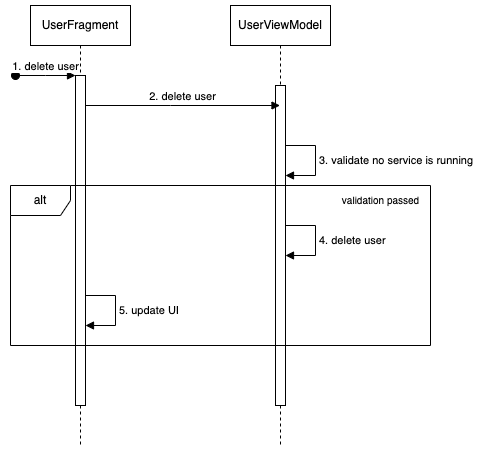
Before: my-thesis/diagrams/delete-user-frag-seq.drawio.png, a diagram exported from draw.io (ba-nhermanto/thesis). Source tidied: cells renumbered, new cells last; positions are measured from the earlier drawing's top-left corner, leaving out a move shared by most shapes. Source of this version:
```xml
<mxGraphModel>
  <root>
    <mxCell id="0" />
    <mxCell id="1" parent="0" />
    <mxCell id="2" value="UserFragment" style="shape=umlLifeline;perimeter=lifelinePerimeter;whiteSpace=wrap;html=1;newEdgeStyle={&quot;edgeStyle&quot;:&quot;elbowEdgeStyle&quot;,&quot;elbow&quot;:&quot;vertical&quot;,&quot;curved&quot;:0,&quot;rounded&quot;:0};" parent="1" vertex="1">
      <mxGeometry x="20" width="100" height="440" as="geometry" />
    </mxCell>
    <mxCell id="3" style="html=1;points=[];perimeter=orthogonalPerimeter;outlineConnect=0;targetShapes=umlLifeline;portConstraint=eastwest;newEdgeStyle={&quot;edgeStyle&quot;:&quot;elbowEdgeStyle&quot;,&quot;elbow&quot;:&quot;vertical&quot;,&quot;curved&quot;:0,&quot;rounded&quot;:0};" parent="2" vertex="1">
      <mxGeometry x="45" y="70" width="10" height="330" as="geometry" />
    </mxCell>
    <mxCell id="4" value="1. delete user" style="html=1;verticalAlign=bottom;startArrow=oval;endArrow=block;startSize=8;edgeStyle=elbowEdgeStyle;elbow=vertical;curved=0;rounded=0;" parent="2" edge="1" target="3">
      <mxGeometry relative="1" as="geometry">
        <mxPoint x="-15" y="70" as="sourcePoint" />
      </mxGeometry>
    </mxCell>
    <mxCell id="5" value="UserViewModel" style="shape=umlLifeline;perimeter=lifelinePerimeter;whiteSpace=wrap;html=1;newEdgeStyle={&quot;edgeStyle&quot;:&quot;elbowEdgeStyle&quot;,&quot;elbow&quot;:&quot;vertical&quot;,&quot;curved&quot;:0,&quot;rounded&quot;:0};" parent="1" vertex="1">
      <mxGeometry x="220" width="100" height="440" as="geometry" />
    </mxCell>
    <mxCell id="6" style="html=1;perimeter=orthogonalPerimeter;targetShapes=umlLifeline;newEdgeStyle={&quot;edgeStyle&quot;:&quot;elbowEdgeStyle&quot;,&quot;elbow&quot;:&quot;vertical&quot;,&quot;curved&quot;:0,&quot;rounded&quot;:0};" parent="5" vertex="1">
      <mxGeometry x="45" y="80" width="10" height="320" as="geometry" />
    </mxCell>
    <mxCell id="7" value="2. delete user" style="html=1;verticalAlign=bottom;endArrow=block;edgeStyle=elbowEdgeStyle;elbow=horizontal;curved=0;rounded=0;" parent="1" edge="1">
      <mxGeometry relative="1" as="geometry">
        <mxPoint x="75" y="100" as="sourcePoint" />
        <mxPoint x="269.5" y="100" as="targetPoint" />
        <Array as="points">
          <mxPoint x="160" y="100" />
        </Array>
      </mxGeometry>
    </mxCell>
    <mxCell id="8" value="3. validate no service is running" style="html=1;align=left;spacingLeft=2;endArrow=block;rounded=0;edgeStyle=orthogonalEdgeStyle;curved=0;rounded=0;" parent="1" edge="1">
      <mxGeometry relative="1" as="geometry">
        <mxPoint x="275" y="140" as="sourcePoint" />
        <mxPoint x="275" y="170" as="targetPoint" />
        <Array as="points">
          <mxPoint x="305" y="140" />
          <mxPoint x="305" y="170" />
        </Array>
      </mxGeometry>
    </mxCell>
    <mxCell id="9" value="5. update UI" style="html=1;align=left;spacingLeft=2;endArrow=block;rounded=0;edgeStyle=orthogonalEdgeStyle;curved=0;rounded=0;" parent="1" edge="1">
      <mxGeometry relative="1" as="geometry">
        <mxPoint x="75" y="290" as="sourcePoint" />
        <mxPoint x="75" y="320" as="targetPoint" />
        <Array as="points">
          <mxPoint x="105" y="290" />
          <mxPoint x="105" y="320" />
        </Array>
      </mxGeometry>
    </mxCell>
    <mxCell id="10" value="4. delete user" style="html=1;align=left;spacingLeft=2;endArrow=block;rounded=0;edgeStyle=orthogonalEdgeStyle;curved=0;rounded=0;" parent="1" edge="1">
      <mxGeometry relative="1" as="geometry">
        <mxPoint x="275" y="220" as="sourcePoint" />
        <mxPoint x="275" y="250" as="targetPoint" />
        <Array as="points">
          <mxPoint x="305" y="220" />
          <mxPoint x="305" y="250" />
        </Array>
      </mxGeometry>
    </mxCell>
    <mxCell id="11" value="alt" style="shape=umlFrame;whiteSpace=wrap;html=1;" parent="1" vertex="1">
      <mxGeometry y="180" width="420" height="160" as="geometry" />
    </mxCell>
    <mxCell id="12" value="&lt;font style=&quot;font-size: 10px;&quot;&gt;validation passed&lt;/font&gt;" style="text;html=1;align=center;verticalAlign=middle;strokeColor=none;fillColor=none;" parent="1" vertex="1">
      <mxGeometry x="320" y="180" width="100" height="30" as="geometry" />
    </mxCell>
  </root>
</mxGraphModel>
```
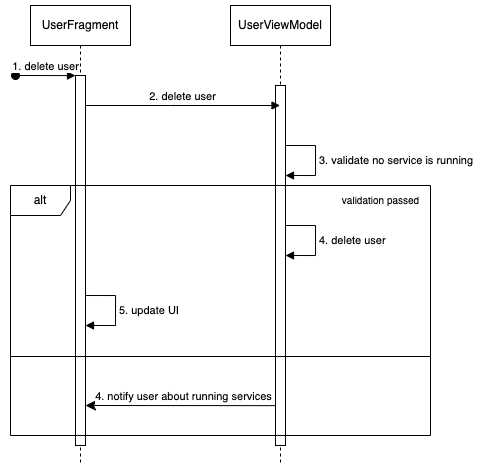
After the change.

Change to the diagram source:
```diff
@@ -2,11 +2,19 @@
   <root>
     <mxCell id="0" />
     <mxCell id="1" parent="0" />
+    <mxCell id="13" value="4. notify user about running services" style="html=1;verticalAlign=bottom;endArrow=classic;endSize=8;edgeStyle=elbowEdgeStyle;elbow=vertical;curved=0;rounded=0;endFill=1;" parent="1" edge="1" target="3">
+      <mxGeometry relative="1" as="geometry">
+        <mxPoint x="270" y="400.1" as="sourcePoint" />
+        <Array as="points">
+          <mxPoint x="260" y="400" />
+        </Array>
+      </mxGeometry>
+    </mxCell>
     <mxCell id="2" value="UserFragment" style="shape=umlLifeline;perimeter=lifelinePerimeter;whiteSpace=wrap;html=1;newEdgeStyle={&quot;edgeStyle&quot;:&quot;elbowEdgeStyle&quot;,&quot;elbow&quot;:&quot;vertical&quot;,&quot;curved&quot;:0,&quot;rounded&quot;:0};" parent="1" vertex="1">
-      <mxGeometry x="20" width="100" height="440" as="geometry" />
+      <mxGeometry x="20" width="100" height="460" as="geometry" />
     </mxCell>
     <mxCell id="3" style="html=1;points=[];perimeter=orthogonalPerimeter;outlineConnect=0;targetShapes=umlLifeline;portConstraint=eastwest;newEdgeStyle={&quot;edgeStyle&quot;:&quot;elbowEdgeStyle&quot;,&quot;elbow&quot;:&quot;vertical&quot;,&quot;curved&quot;:0,&quot;rounded&quot;:0};" parent="2" vertex="1">
-      <mxGeometry x="45" y="70" width="10" height="330" as="geometry" />
+      <mxGeometry x="45" y="70" width="10" height="370" as="geometry" />
     </mxCell>
     <mxCell id="4" value="1. delete user" style="html=1;verticalAlign=bottom;startArrow=oval;endArrow=block;startSize=8;edgeStyle=elbowEdgeStyle;elbow=vertical;curved=0;rounded=0;" parent="2" edge="1" target="3">
       <mxGeometry relative="1" as="geometry">
@@ -14,10 +22,10 @@
       </mxGeometry>
     </mxCell>
     <mxCell id="5" value="UserViewModel" style="shape=umlLifeline;perimeter=lifelinePerimeter;whiteSpace=wrap;html=1;newEdgeStyle={&quot;edgeStyle&quot;:&quot;elbowEdgeStyle&quot;,&quot;elbow&quot;:&quot;vertical&quot;,&quot;curved&quot;:0,&quot;rounded&quot;:0};" parent="1" vertex="1">
-      <mxGeometry x="220" width="100" height="440" as="geometry" />
+      <mxGeometry x="220" width="100" height="460" as="geometry" />
     </mxCell>
     <mxCell id="6" style="html=1;perimeter=orthogonalPerimeter;targetShapes=umlLifeline;newEdgeStyle={&quot;edgeStyle&quot;:&quot;elbowEdgeStyle&quot;,&quot;elbow&quot;:&quot;vertical&quot;,&quot;curved&quot;:0,&quot;rounded&quot;:0};" parent="5" vertex="1">
-      <mxGeometry x="45" y="80" width="10" height="320" as="geometry" />
+      <mxGeometry x="45" y="80" width="10" height="360" as="geometry" />
     </mxCell>
     <mxCell id="7" value="2. delete user" style="html=1;verticalAlign=bottom;endArrow=block;edgeStyle=elbowEdgeStyle;elbow=horizontal;curved=0;rounded=0;" parent="1" edge="1">
       <mxGeometry relative="1" as="geometry">
@@ -59,10 +67,16 @@
       </mxGeometry>
     </mxCell>
     <mxCell id="11" value="alt" style="shape=umlFrame;whiteSpace=wrap;html=1;" parent="1" vertex="1">
-      <mxGeometry y="180" width="420" height="160" as="geometry" />
+      <mxGeometry y="180" width="420" height="250" as="geometry" />
     </mxCell>
     <mxCell id="12" value="&lt;font style=&quot;font-size: 10px;&quot;&gt;validation passed&lt;/font&gt;" style="text;html=1;align=center;verticalAlign=middle;strokeColor=none;fillColor=none;" parent="1" vertex="1">
       <mxGeometry x="320" y="180" width="100" height="30" as="geometry" />
     </mxCell>
+    <mxCell id="14" style="endArrow=none;html=1;rounded=0;entryX=1;entryY=0.72;entryDx=0;entryDy=0;entryPerimeter=0;" parent="1" edge="1">
+      <mxGeometry relative="1" as="geometry">
+        <mxPoint y="351" as="sourcePoint" />
+        <mxPoint x="420" y="351" as="targetPoint" />
+      </mxGeometry>
+    </mxCell>
   </root>
 </mxGraphModel>
```
